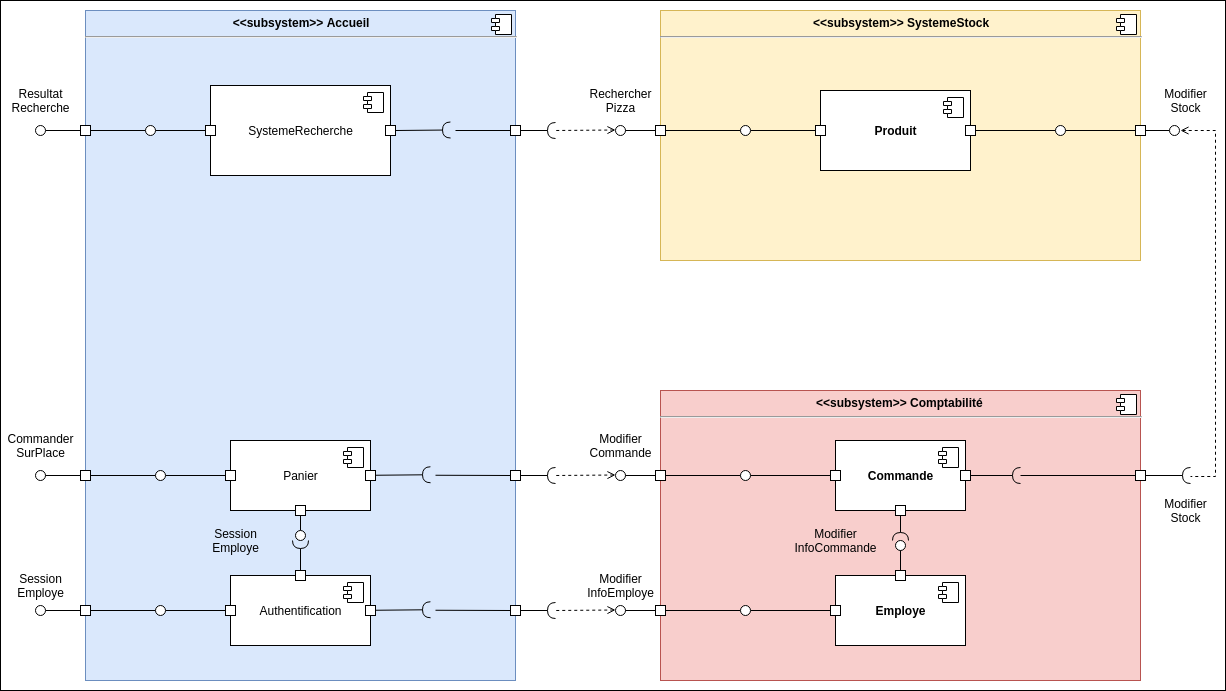
Earlier version of the draw.io export Diag_component_commande_sur_place.png (micktymoon/P6_pelletier_c-line). Source tidied: cells renumbered, new cells last; positions are measured from the earlier drawing's top-left corner, leaving out a move shared by most shapes.
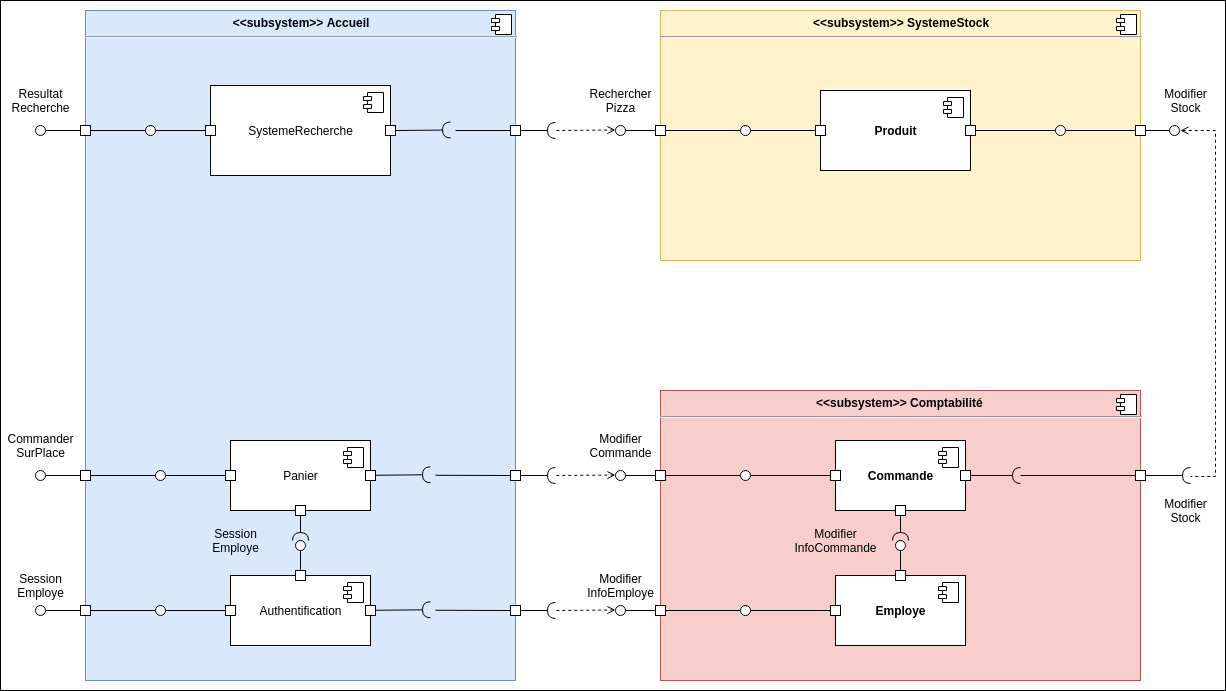
The same file after the commit.

Diff of the diagram source:
```diff
@@ -277,16 +277,16 @@
     <mxCell id="79" style="whiteSpace=wrap;html=1;" parent="1" vertex="1">
       <mxGeometry x="295" y="570" width="10" height="10" as="geometry" />
     </mxCell>
-    <mxCell id="80" style="rounded=0;jettySize=auto;html=1;endArrow=none;endFill=0;exitX=0.5;exitY=1;exitDx=0;exitDy=0;" parent="1" edge="1" source="83" target="82">
+    <mxCell id="80" style="rounded=0;jettySize=auto;html=1;endArrow=none;endFill=0;exitX=0.5;exitY=0;exitDx=0;exitDy=0;" parent="1" edge="1" source="79" target="82">
       <mxGeometry relative="1" as="geometry" />
     </mxCell>
-    <mxCell id="81" style="rounded=0;jettySize=auto;html=1;endArrow=halfCircle;endFill=0;endSize=6;strokeWidth=1;exitX=0.5;exitY=0;exitDx=0;exitDy=0;" parent="1" edge="1" source="79">
+    <mxCell id="81" style="rounded=0;jettySize=auto;html=1;endArrow=halfCircle;endFill=0;endSize=6;strokeWidth=1;exitX=0.5;exitY=1;exitDx=0;exitDy=0;" parent="1" edge="1" source="37">
       <mxGeometry relative="1" as="geometry">
         <mxPoint x="300" y="540" as="targetPoint" />
       </mxGeometry>
     </mxCell>
     <mxCell id="82" style="ellipse;whiteSpace=wrap;html=1;fontFamily=Helvetica;fontSize=12;fontColor=#000000;align=center;strokeColor=#000000;fillColor=#ffffff;points=[];" parent="1" vertex="1">
-      <mxGeometry x="295" y="530" width="10" height="10" as="geometry" />
+      <mxGeometry x="295" y="540" width="10" height="10" as="geometry" />
     </mxCell>
     <mxCell id="83" style="whiteSpace=wrap;html=1;" parent="1" vertex="1">
       <mxGeometry x="295" y="505" width="10" height="10" as="geometry" />
```
